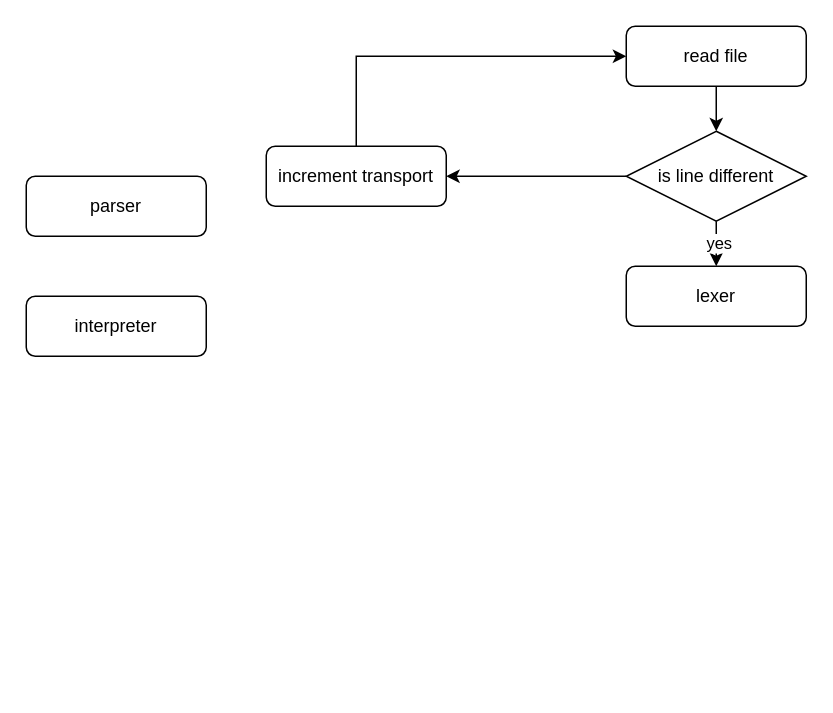
Before: patternlang.drawio in fredyeah/diagrams, a draw.io diagram. Source tidied: cells renumbered, new cells numbered last; positions are measured from the earlier drawing's top-left corner, leaving out a move shared by most shapes. Both pictures are drawn from the tidied source at 150%, with x=0, y=0 at pixel (26, 26).
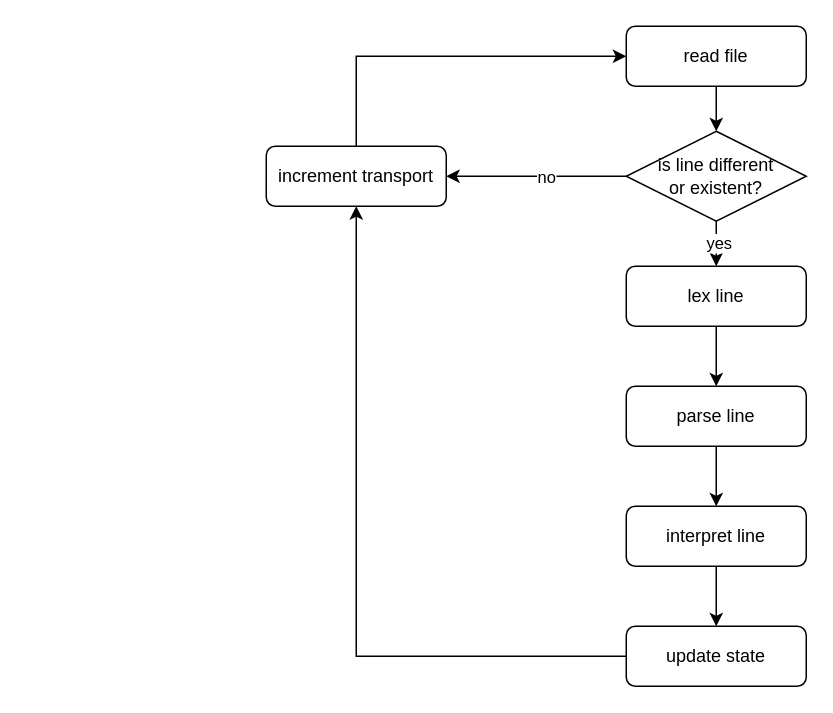
Above is the later version.

Unchanged cells that the change refers to:
```xml
<mxCell id="6" value="increment transport" style="rounded=1;whiteSpace=wrap;html=1;" parent="1" vertex="1">
  <mxGeometry x="160" y="80" width="120" height="40" as="geometry" />
</mxCell>
<mxCell id="11" style="edgeStyle=orthogonalEdgeStyle;rounded=0;jettySize=auto;html=1;entryX=1;entryY=0.5;entryDx=0;entryDy=0;" parent="1" edge="1" source="12" target="6">
  <mxGeometry relative="1" as="geometry" />
</mxCell>
```

What changed in the source:
```diff
@@
+    <mxCell id="13" style="edgeStyle=orthogonalEdgeStyle;rounded=0;jettySize=auto;html=1;entryX=0.5;entryY=0;entryDx=0;entryDy=0;" parent="1" edge="1" source="2" target="17">
+      <mxGeometry relative="1" as="geometry" />
+    </mxCell>
-    <mxCell id="2" value="lexer" style="rounded=1;whiteSpace=wrap;html=1;" parent="1" vertex="1">
+    <mxCell id="2" value="lex line" style="rounded=1;whiteSpace=wrap;html=1;" parent="1" vertex="1">
       <mxGeometry x="400" y="160" width="120" height="40" as="geometry" />
     </mxCell>
-    <mxCell id="3" value="parser" style="rounded=1;whiteSpace=wrap;html=1;" parent="1" vertex="1">
-      <mxGeometry y="100" width="120" height="40" as="geometry" />
-    </mxCell>
+    <mxCell id="14" style="edgeStyle=orthogonalEdgeStyle;rounded=0;jettySize=auto;html=1;entryX=0.5;entryY=1;entryDx=0;entryDy=0;" parent="1" edge="1" source="4" target="6">
+      <mxGeometry relative="1" as="geometry" />
+    </mxCell>
-    <mxCell id="4" value="interpreter" style="rounded=1;whiteSpace=wrap;html=1;" parent="1" vertex="1">
-      <mxGeometry y="180" width="120" height="40" as="geometry" />
+    <mxCell id="4" value="update state" style="rounded=1;whiteSpace=wrap;html=1;" parent="1" vertex="1">
+      <mxGeometry x="400" y="400" width="120" height="40" as="geometry" />
     </mxCell>
@@
+    <mxCell id="15" value="no" style="edgeLabel;html=1;align=center;verticalAlign=middle;" parent="11" vertex="1">
+      <mxGeometry x="-0.1" relative="1" as="geometry" />
+    </mxCell>
-    <mxCell id="12" value="is line different" style="rhombus;whiteSpace=wrap;html=1;" parent="1" vertex="1">
+    <mxCell id="12" value="is line different&lt;br&gt;or existent?" style="rhombus;whiteSpace=wrap;html=1;" parent="1" vertex="1">
       <mxGeometry x="400" y="70" width="120" height="60" as="geometry" />
     </mxCell>
+    <mxCell id="16" style="edgeStyle=orthogonalEdgeStyle;rounded=0;jettySize=auto;html=1;entryX=0.5;entryY=0;entryDx=0;entryDy=0;" parent="1" edge="1" source="17" target="19">
+      <mxGeometry relative="1" as="geometry" />
+    </mxCell>
+    <mxCell id="17" value="parse line" style="rounded=1;whiteSpace=wrap;html=1;" parent="1" vertex="1">
+      <mxGeometry x="400" y="240" width="120" height="40" as="geometry" />
+    </mxCell>
+    <mxCell id="18" style="edgeStyle=orthogonalEdgeStyle;rounded=0;jettySize=auto;html=1;entryX=0.5;entryY=0;entryDx=0;entryDy=0;" parent="1" edge="1" source="19" target="4">
+      <mxGeometry relative="1" as="geometry" />
+    </mxCell>
+    <mxCell id="19" value="interpret line" style="rounded=1;whiteSpace=wrap;html=1;" parent="1" vertex="1">
+      <mxGeometry x="400" y="320" width="120" height="40" as="geometry" />
+    </mxCell>
```
